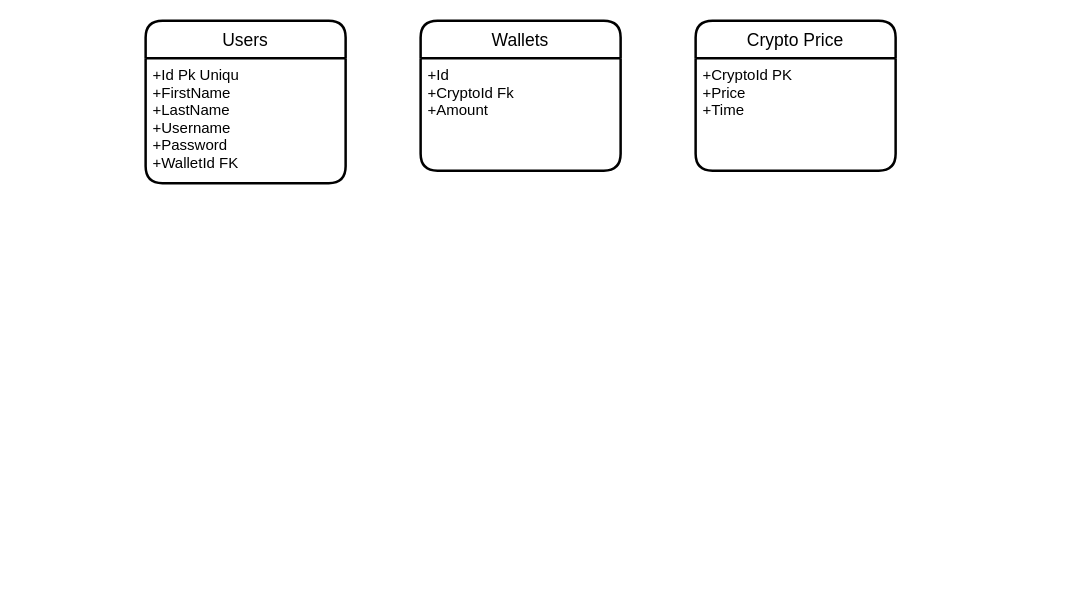
Before: page "UML Base Dados" (2 of 2) of Esquemas.drawio in pmdmartins21/Crypto-Challenge, a draw.io diagram. Source tidied: cells renumbered, new cells numbered last; positions are measured from the earlier drawing's top-left corner, leaving out a move shared by most shapes. Both pictures are drawn from the tidied source at 125%, with x=0, y=0 at pixel (145, 20).
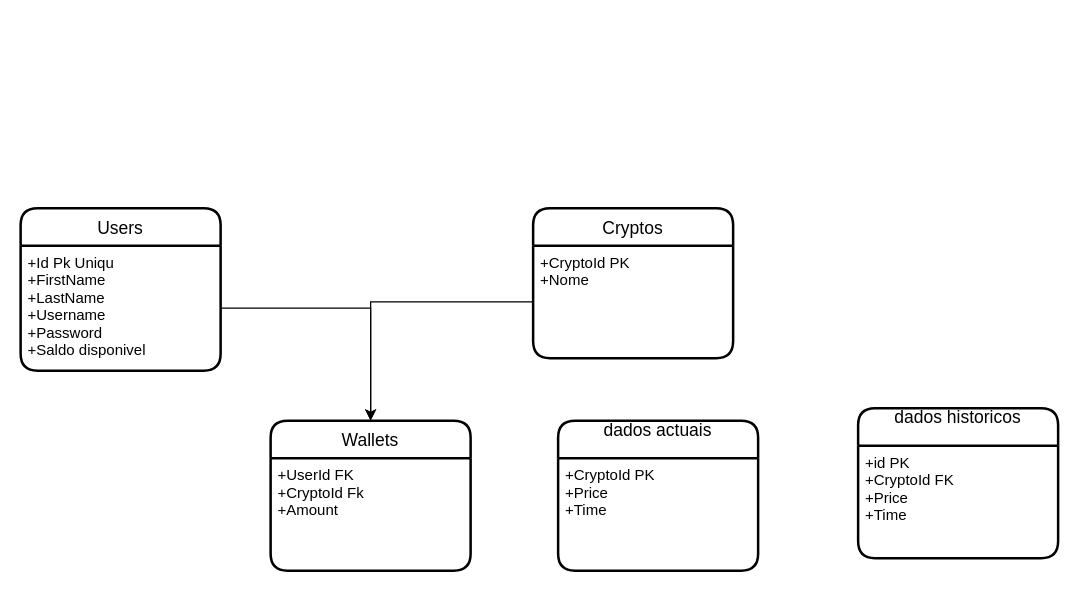
Above is the later version.

Commit message (it also covers changes not shown here):
data for crypto table

The edit, as a diff of the source:
```diff
@@
 <mxGraphModel>
   <root>
     <mxCell id="0" />
     <mxCell id="1" parent="0" />
     <mxCell id="2" value="Users" style="swimlane;horizontal=1;startSize=30;rounded=1;fontSize=14;fontStyle=0;strokeWidth=2;shadow=0;dashed=0;align=center;" parent="1" vertex="1">
-      <mxGeometry width="160" height="130" as="geometry" />
+      <mxGeometry x="-100" y="150" width="160" height="130" as="geometry" />
     </mxCell>
-    <mxCell id="3" value="+Id Pk Uniqu&#10;+FirstName&#10;+LastName&#10;+Username&#10;+Password&#10;+WalletId FK" style="align=left;strokeColor=none;fillColor=none;spacingLeft=4;fontSize=12;verticalAlign=top;" parent="2" vertex="1">
+    <mxCell id="3" value="+Id Pk Uniqu&#10;+FirstName&#10;+LastName&#10;+Username&#10;+Password&#10;+Saldo disponivel" style="align=left;strokeColor=none;fillColor=none;spacingLeft=4;fontSize=12;verticalAlign=top;" parent="2" vertex="1">
       <mxGeometry y="30" width="160" height="100" as="geometry" />
     </mxCell>
     <mxCell id="4" style="edgeStyle=orthogonalEdgeStyle;rounded=0;orthogonalLoop=1;jettySize=auto;html=1;exitX=0.5;exitY=1;exitDx=0;exitDy=0;" parent="2" edge="1" source="3" target="3">
       <mxGeometry relative="1" as="geometry" />
     </mxCell>
     <mxCell id="5" value="Wallets" style="swimlane;horizontal=1;startSize=30;rounded=1;fontSize=14;fontStyle=0;strokeWidth=2;shadow=0;dashed=0;align=center;" parent="1" vertex="1">
-      <mxGeometry x="220" width="160" height="120" as="geometry" />
+      <mxGeometry x="100" y="320" width="160" height="120" as="geometry" />
     </mxCell>
-    <mxCell id="6" value="+Id&#10;+CryptoId Fk&#10;+Amount&#10;" style="align=left;strokeColor=none;fillColor=none;spacingLeft=4;fontSize=12;verticalAlign=top;" parent="5" vertex="1">
+    <mxCell id="6" value="+UserId FK&#10;+CryptoId Fk&#10;+Amount&#10;" style="align=left;strokeColor=none;fillColor=none;spacingLeft=4;fontSize=12;verticalAlign=top;" parent="5" vertex="1">
       <mxGeometry y="30" width="160" height="90" as="geometry" />
     </mxCell>
-    <mxCell id="7" value="Crypto Price" style="swimlane;horizontal=1;startSize=30;rounded=1;fontSize=14;fontStyle=0;strokeWidth=2;shadow=0;dashed=0;align=center;" parent="1" vertex="1">
-      <mxGeometry x="440" width="160" height="120" as="geometry" />
+    <mxCell id="7" value="Cryptos" style="swimlane;horizontal=1;startSize=30;rounded=1;fontSize=14;fontStyle=0;strokeWidth=2;shadow=0;dashed=0;align=center;" parent="1" vertex="1">
+      <mxGeometry x="310" y="150" width="160" height="120" as="geometry" />
     </mxCell>
-    <mxCell id="8" value="+CryptoId PK&#10;+Price&#10;+Time" style="align=left;strokeColor=none;fillColor=none;spacingLeft=4;fontSize=12;verticalAlign=top;" parent="7" vertex="1">
+    <mxCell id="8" value="+CryptoId PK&#10;+Nome&#10;" style="align=left;strokeColor=none;fillColor=none;spacingLeft=4;fontSize=12;verticalAlign=top;" parent="7" vertex="1">
       <mxGeometry y="30" width="160" height="90" as="geometry" />
     </mxCell>
+    <mxCell id="9" value="dados historicos&#10;" style="swimlane;horizontal=1;startSize=30;rounded=1;fontSize=14;fontStyle=0;strokeWidth=2;shadow=0;dashed=0;align=center;" parent="1" vertex="1">
+      <mxGeometry x="570" y="310" width="160" height="120" as="geometry" />
+    </mxCell>
+    <mxCell id="10" value="+id PK&#10;+CryptoId FK&#10;+Price&#10;+Time" style="align=left;strokeColor=none;fillColor=none;spacingLeft=4;fontSize=12;verticalAlign=top;" parent="9" vertex="1">
+      <mxGeometry y="30" width="160" height="90" as="geometry" />
+    </mxCell>
+    <mxCell id="11" style="edgeStyle=orthogonalEdgeStyle;rounded=0;jettySize=auto;html=1;entryX=0.5;entryY=0;entryDx=0;entryDy=0;" parent="1" edge="1" source="3" target="5">
+      <mxGeometry relative="1" as="geometry" />
+    </mxCell>
+    <mxCell id="12" style="edgeStyle=orthogonalEdgeStyle;rounded=0;jettySize=auto;html=1;" parent="1" edge="1" source="8" target="5">
+      <mxGeometry relative="1" as="geometry" />
+    </mxCell>
+    <mxCell id="13" value="dados actuais&#10;" style="swimlane;horizontal=1;startSize=30;rounded=1;fontSize=14;fontStyle=0;strokeWidth=2;shadow=0;dashed=0;align=center;" parent="1" vertex="1">
+      <mxGeometry x="330" y="320" width="160" height="120" as="geometry" />
+    </mxCell>
+    <mxCell id="14" value="+CryptoId PK&#10;+Price&#10;+Time" style="align=left;strokeColor=none;fillColor=none;spacingLeft=4;fontSize=12;verticalAlign=top;" parent="13" vertex="1">
+      <mxGeometry y="30" width="160" height="90" as="geometry" />
+    </mxCell>
   </root>
 </mxGraphModel>
```
